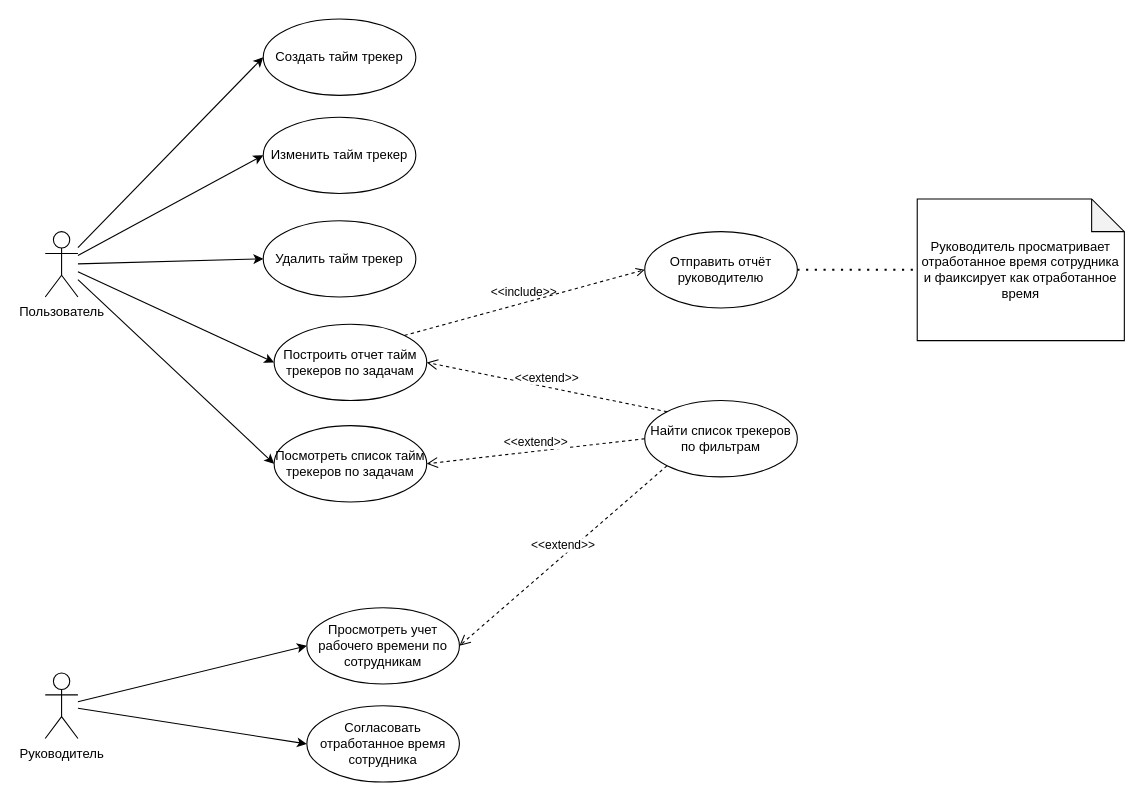
Before: Description/TimeTrackingWorkSystem/TimeTrackingWorkSystem.drawio in Fox5113/corporate-social-system, a draw.io diagram. Source tidied: cells renumbered, new cells numbered last; positions are measured from the earlier drawing's top-left corner, leaving out a move shared by most shapes. Both pictures are drawn from the tidied source at 109%, with x=0, y=0 at pixel (45, 19).
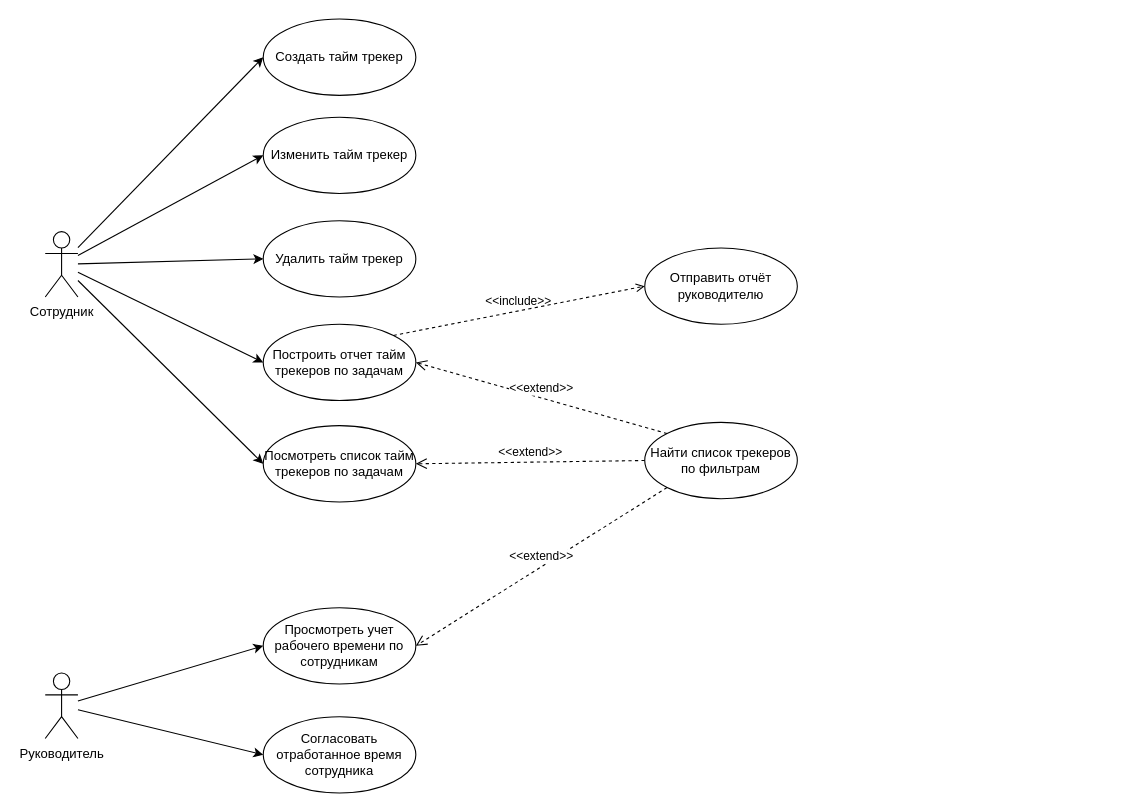
After the change.

Diff of the diagram source:
```diff
@@
-    <mxCell id="7" value="Пользователь" style="shape=umlActor;verticalLabelPosition=bottom;verticalAlign=top;html=1;" parent="1" vertex="1">
+    <mxCell id="7" value="Сотрудник" style="shape=umlActor;verticalLabelPosition=bottom;verticalAlign=top;html=1;" parent="1" vertex="1">
       <mxGeometry y="195" width="30" height="60" as="geometry" />
     </mxCell>
@@
     <mxCell id="11" value="Найти список трекеров по фильтрам" style="ellipse;whiteSpace=wrap;html=1;" parent="1" vertex="1">
-      <mxGeometry x="550" y="350" width="140" height="70" as="geometry" />
+      <mxGeometry x="550" y="370" width="140" height="70" as="geometry" />
     </mxCell>
@@
     <mxCell id="14" value="Посмотреть список тайм трекеров по задачам" style="ellipse;whiteSpace=wrap;html=1;" parent="1" vertex="1">
-      <mxGeometry x="210" y="373" width="140" height="70" as="geometry" />
+      <mxGeometry x="200" y="373" width="140" height="70" as="geometry" />
     </mxCell>
     <mxCell id="15" value="Построить отчет тайм трекеров по задачам" style="ellipse;whiteSpace=wrap;html=1;" parent="1" vertex="1">
-      <mxGeometry x="210" y="280" width="140" height="70" as="geometry" />
+      <mxGeometry x="200" y="280" width="140" height="70" as="geometry" />
     </mxCell>
@@
     <mxCell id="19" value="Просмотреть учет рабочего времени по сотрудникам" style="ellipse;whiteSpace=wrap;html=1;" parent="1" vertex="1">
-      <mxGeometry x="240" y="540" width="140" height="70" as="geometry" />
+      <mxGeometry x="200" y="540" width="140" height="70" as="geometry" />
     </mxCell>
@@
     <mxCell id="21" value="Согласовать отработанное время сотрудника" style="ellipse;whiteSpace=wrap;html=1;" parent="1" vertex="1">
-      <mxGeometry x="240" y="630" width="140" height="70" as="geometry" />
+      <mxGeometry x="200" y="640" width="140" height="70" as="geometry" />
     </mxCell>
     <mxCell id="22" value="Отправить отчёт руководителю" style="ellipse;whiteSpace=wrap;html=1;" parent="1" vertex="1">
-      <mxGeometry x="550" y="195" width="140" height="70" as="geometry" />
+      <mxGeometry x="550" y="210" width="140" height="70" as="geometry" />
     </mxCell>
@@
-    <mxCell id="24" value="Руководитель просматривает отработанное время сотрудника и фаиксирует как отработанное время" style="shape=note;whiteSpace=wrap;html=1;backgroundOutline=1;darkOpacity=0.05;" parent="1" vertex="1">
-      <mxGeometry x="800" y="165" width="190" height="130" as="geometry" />
-    </mxCell>
-    <mxCell id="25" style="endArrow=none;dashed=1;html=1;dashPattern=1 3;strokeWidth=2;rounded=0;exitX=1;exitY=0.5;exitDx=0;exitDy=0;entryX=0;entryY=0.5;entryDx=0;entryDy=0;entryPerimeter=0;" parent="1" edge="1" source="22" target="24">
-      <mxGeometry relative="1" as="geometry" />
-    </mxCell>
```
